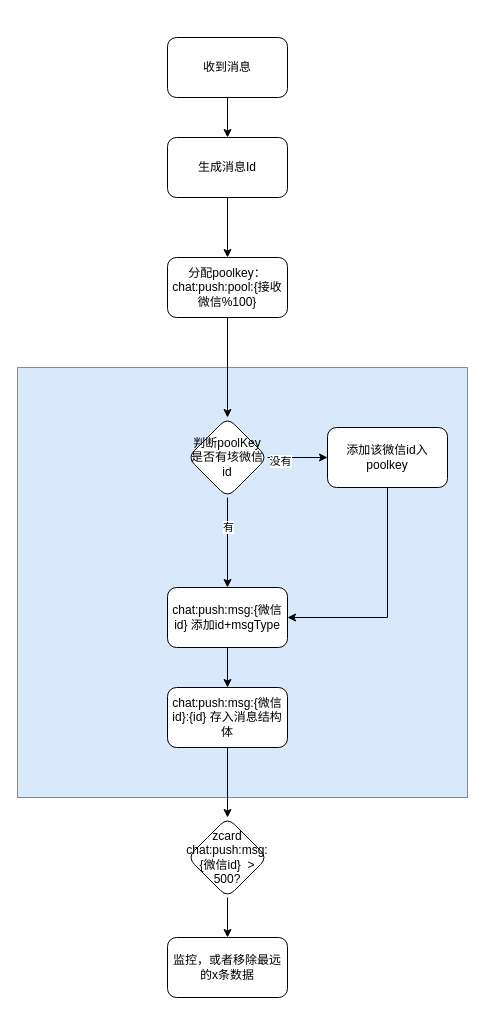
The draw.io diagram miyuan/推送服务-存入redis.drawio in smallleaf/draw.io, before the edit. Source tidied: cells renumbered, new cells numbered last; positions are measured from the earlier drawing's top-left corner, leaving out a move shared by most shapes. Both pictures are drawn from the tidied source at 100%, with x=0, y=0 at pixel (17, 37).
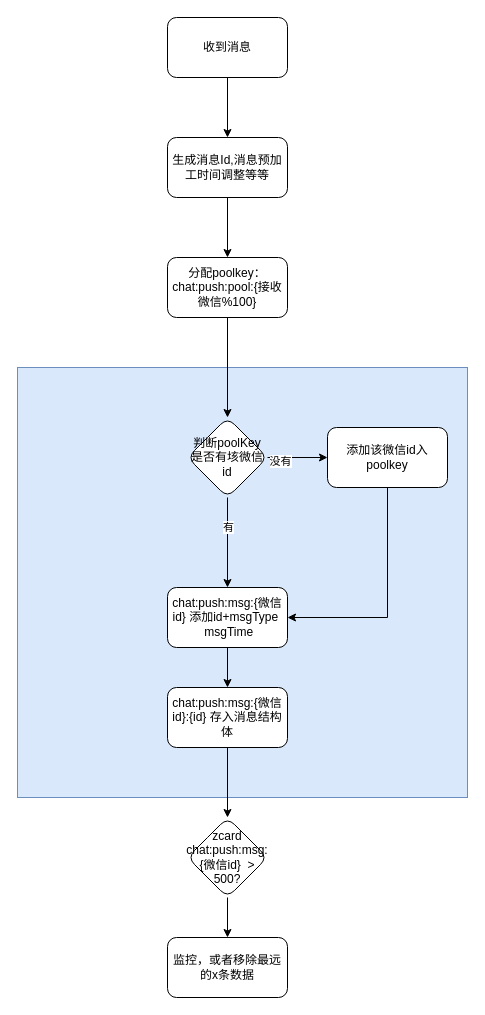
Above is the later version.

Commit message (it also covers changes not shown here):
更新推送服务-存入redis.drawio

Change to the diagram source:
```diff
@@
     <mxCell id="4" value="收到消息" style="rounded=1;whiteSpace=wrap;html=1;" parent="1" vertex="1">
-      <mxGeometry x="150" width="120" height="60" as="geometry" />
+      <mxGeometry x="150" y="-20" width="120" height="60" as="geometry" />
     </mxCell>
@@
-    <mxCell id="13" value="chat:push:msg:{微信id} 添加id+msgType" style="whiteSpace=wrap;html=1;rounded=1;" parent="1" vertex="1">
+    <mxCell id="13" value="chat:push:msg:{微信id} 添加id+msgType&amp;nbsp; &amp;nbsp;msgTime" style="whiteSpace=wrap;html=1;rounded=1;" parent="1" vertex="1">
       <mxGeometry x="150" y="550" width="120" height="60" as="geometry" />
     </mxCell>
@@
-    <mxCell id="19" value="生成消息Id" style="rounded=1;whiteSpace=wrap;html=1;" parent="1" vertex="1">
+    <mxCell id="19" value="生成消息Id,消息预加工时间调整等等" style="rounded=1;whiteSpace=wrap;html=1;" parent="1" vertex="1">
       <mxGeometry x="150" y="100" width="120" height="60" as="geometry" />
     </mxCell>
```
